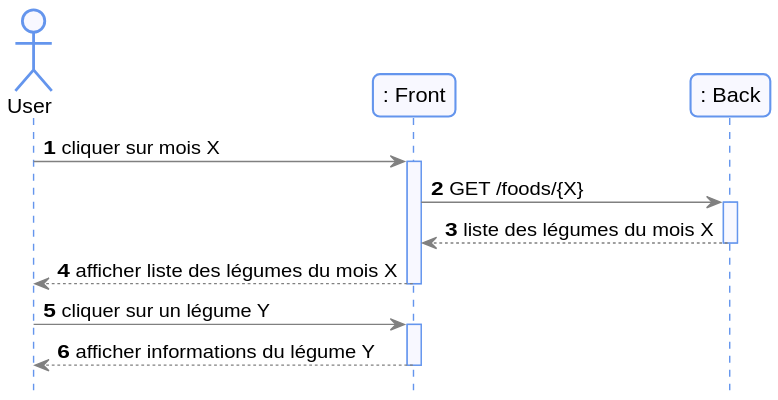
Above: docs/diagram/out/monthFilterSystem.svg in romainvacheret/wadge-backend (PlantUML), before the change.
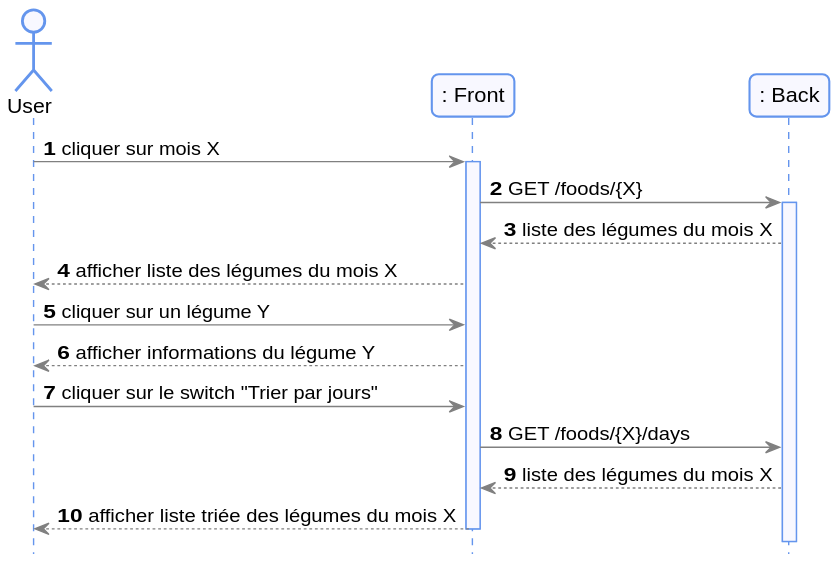
After the change.

Change to the diagram source:
```diff
@@ -12,12 +12,13 @@
     frontend -> backend: GET /foods/{X}
     activate backend
     backend --> frontend: liste des légumes du mois X
-    deactivate backend
     User <-- frontend: afficher liste des légumes du mois X
-    deactivate frontend
     User -> frontend: cliquer sur un légume Y
-    activate frontend
     User <-- frontend: afficher informations du légume Y
+    User -> frontend: cliquer sur le switch "Trier par jours"
+    frontend -> backend: GET /foods/{X}/days
+    backend --> frontend: liste des légumes du mois X
+    User <-- frontend: afficher liste triée des légumes du mois X
     deactivate frontend
 
 @enduml
```
